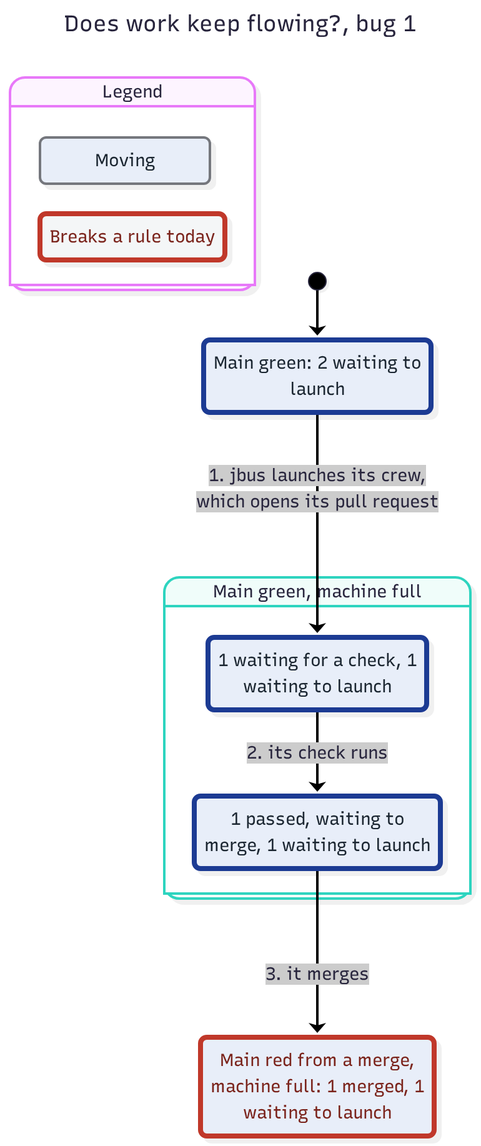
JoshuaHayesWasHere/jstack keeps this Mermaid diagram as features/jmerge/spec/FlowToday-statechart/bug-1.png. Above is the earlier version. Its source is kept beside it as features/jmerge/spec/FlowToday-statechart/bug-1.mmd.
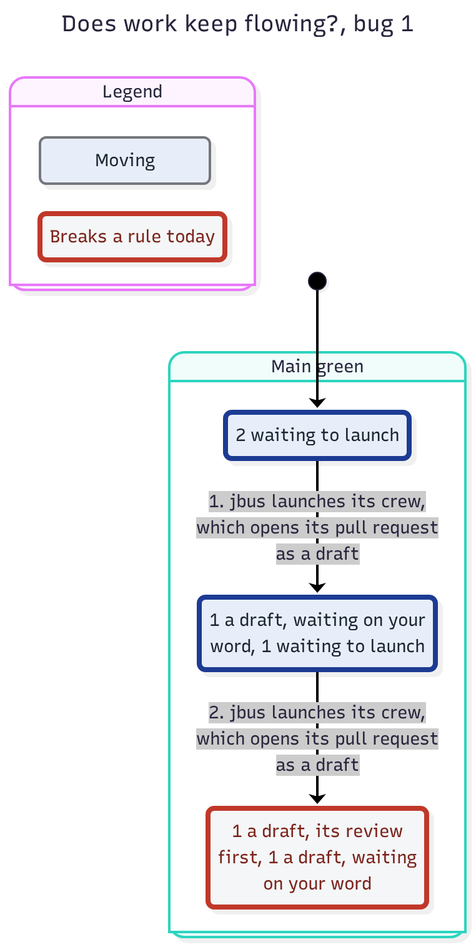
After the commit.

What changed in the source:
```diff
@@ -8,7 +8,6 @@
 stateDiagram-v2
   classDef plainWrong fill:#f4f6f7,stroke:#c0392b,stroke-width:4px,color:#7b241c
   classDef group1 fill:#e8eef9,stroke:#74777d,color:#1b2631
-  classDef group1Wrong fill:#e8eef9,stroke:#c0392b,stroke-width:4px,color:#7b241c
   classDef group1Path fill:#e8eef9,stroke:#1f3a93,stroke-width:4px,color:#1b2631
   state "Legend" as legend {
     state "Moving" as legendGroup1
@@ -16,17 +15,14 @@
   }
   class legendGroup1 group1
   class legendWrong plainWrong
-  state "Main green, machine full" as g0 {
-    state "1 passed, waiting to<br/>merge, 1 waiting to launch" as s0
-    state "1 waiting for a check, 1<br/>waiting to launch" as s1
+  state "Main green" as g0 {
+    state "1 a draft, its review<br/>first, 1 a draft, waiting<br/>on your word" as s0
+    state "1 a draft, waiting on your<br/>word, 1 waiting to launch" as s1
+    state "2 waiting to launch" as s2
   }
-  state "Main green: 2 waiting to<br/>launch" as s2
-  state "Main red from a merge,<br/>machine full: 1 merged, 1<br/>waiting to launch" as s3
   [*] --> s2
-  s2 --> s1 : 1. jbus launches its crew,<br/>which opens its pull request
-  s1 --> s0 : 2. its check runs
-  s0 --> s3 : 3. it merges
-  class s0 group1Path
+  s2 --> s1 : 1. jbus launches its crew,<br/>which opens its pull request<br/>as a draft
+  s1 --> s0 : 2. jbus launches its crew,<br/>which opens its pull request<br/>as a draft
+  class s0 plainWrong
   class s1 group1Path
   class s2 group1Path
-  class s3 group1Wrong
```
